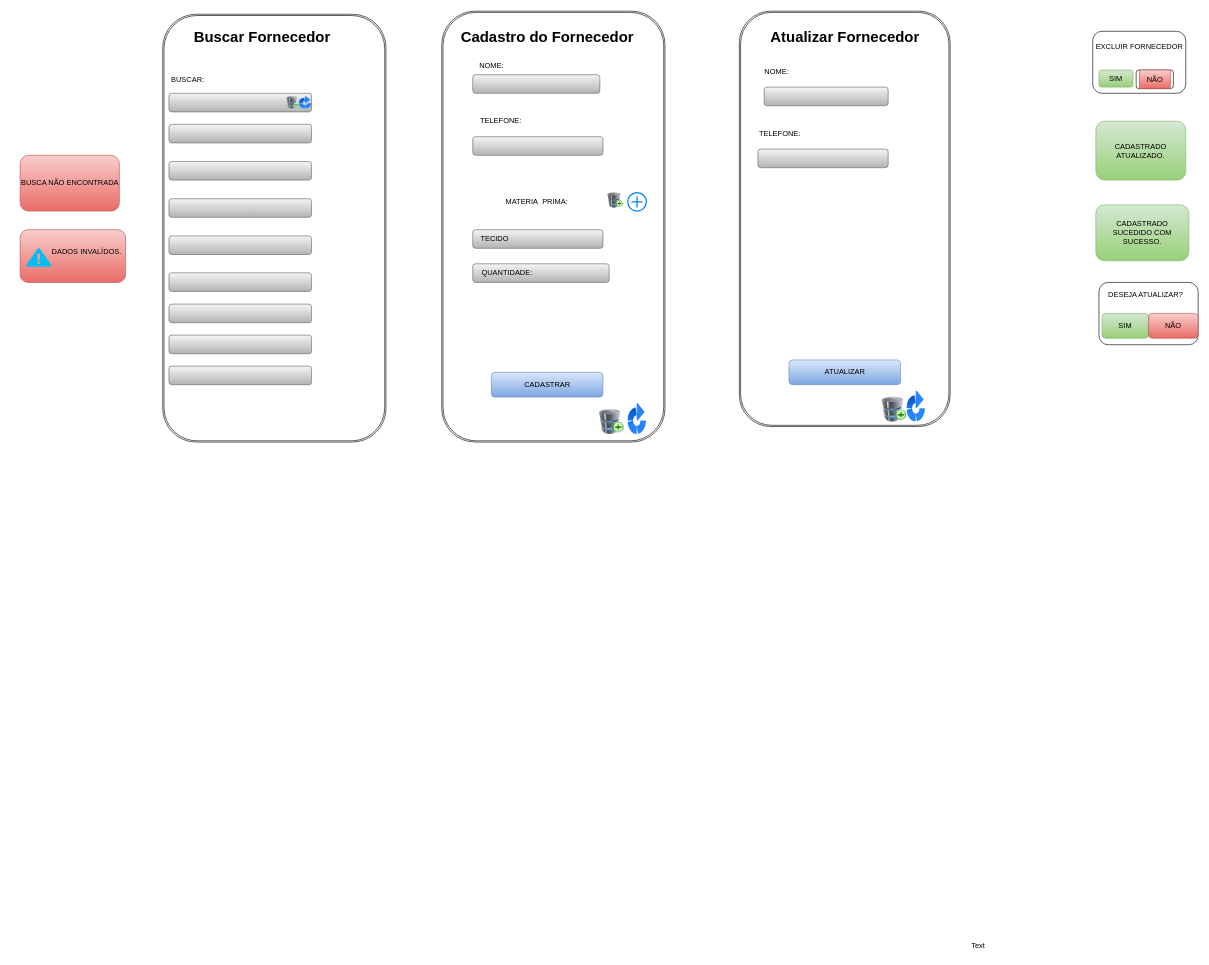
The draw.io diagram page "Página-2" (2 of 6) of doc/telas.drawio in pati573022/avatarapp, before the edit. Source tidied: cells renumbered, new cells numbered last; positions are measured from the earlier drawing's top-left corner, leaving out a move shared by most shapes. Both pictures are drawn from the tidied source at 62%, with x=0, y=0 at pixel (14, 11).
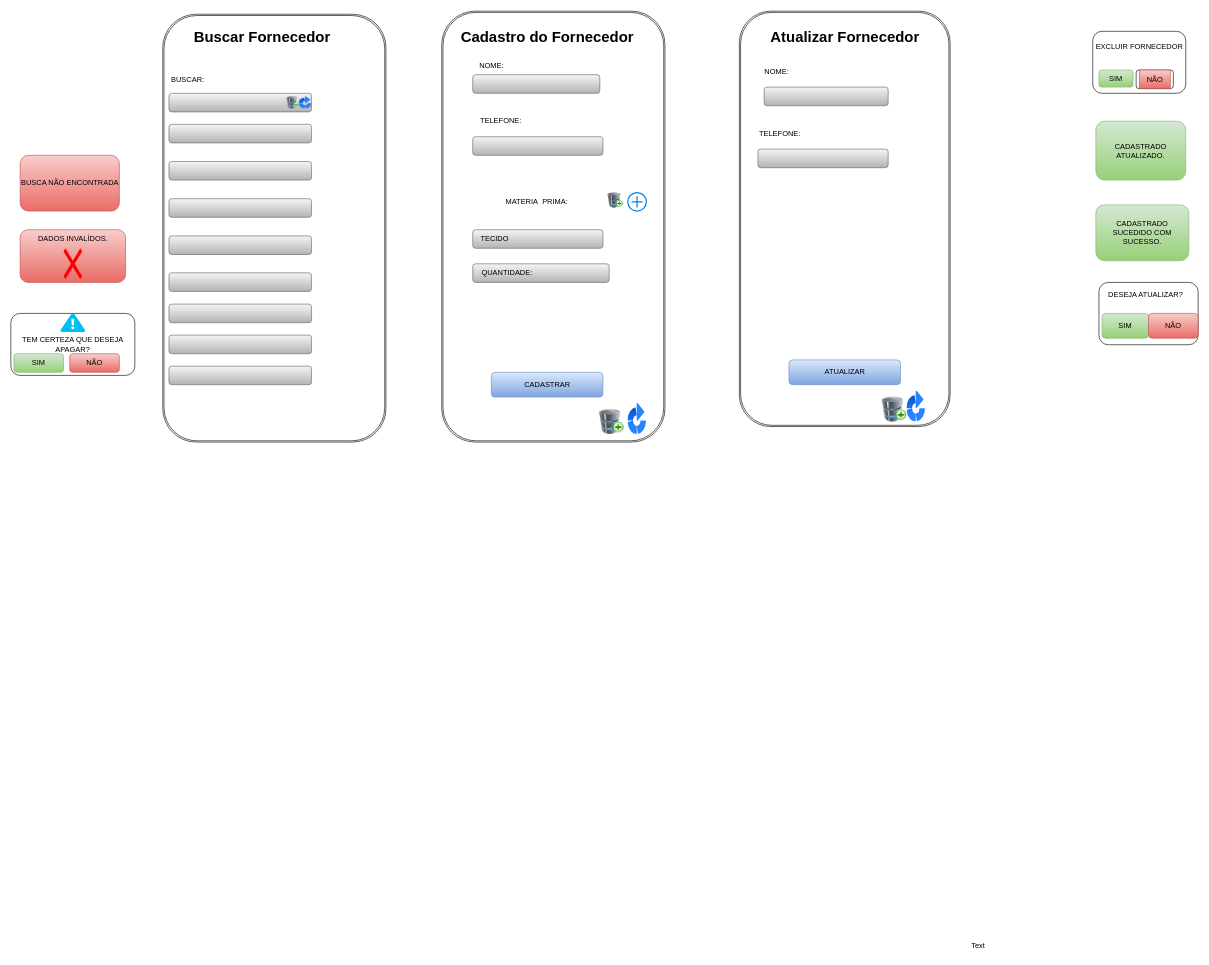
After the change.

Diff of the diagram source:
```diff
@@
-    <mxCell id="64" style="verticalLabelPosition=bottom;html=1;verticalAlign=top;align=center;strokeColor=none;fillColor=#00BEF2;shape=mxgraph.azure.azure_alert;" parent="1" vertex="1">
-      <mxGeometry x="20" y="382" width="40" height="30" as="geometry" />
-    </mxCell>
     <mxCell id="65" value="DADOS INVALÍDOS." style="text;html=1;align=center;verticalAlign=middle;strokeColor=none;fillColor=none;" parent="1" vertex="1">
-      <mxGeometry x="47" y="372" width="140" height="30" as="geometry" />
+      <mxGeometry x="25" y="352" width="140" height="30" as="geometry" />
     </mxCell>
+    <mxCell id="66" value="TEM CERTEZA QUE DESEJA APAGAR?" style="rounded=1;whiteSpace=wrap;html=1;" parent="1" vertex="1">
+      <mxGeometry x="-5" y="487" width="200" height="100" as="geometry" />
+    </mxCell>
+    <mxCell id="67" style="verticalLabelPosition=bottom;html=1;verticalAlign=top;align=center;strokeColor=none;fillColor=#00BEF2;shape=mxgraph.azure.azure_alert;" parent="1" vertex="1">
+      <mxGeometry x="75" y="487" width="40" height="30" as="geometry" />
+    </mxCell>
+    <mxCell id="68" value="SIM" style="rounded=1;whiteSpace=wrap;html=1;fillColor=#d5e8d4;gradientColor=#97d077;strokeColor=#82b366;" parent="1" vertex="1">
+      <mxGeometry y="552" width="80" height="30" as="geometry" />
+    </mxCell>
+    <mxCell id="69" value="NÃO" style="rounded=1;whiteSpace=wrap;html=1;fillColor=#f8cecc;gradientColor=#ea6b66;strokeColor=#b85450;" parent="1" vertex="1">
+      <mxGeometry x="90" y="552" width="80" height="30" as="geometry" />
+    </mxCell>
+    <mxCell id="70" style="shape=mxgraph.mockup.markup.redX;fillColor=#ff0000;html=1;shadow=0;whiteSpace=wrap;strokeColor=none;" parent="1" vertex="1">
+      <mxGeometry x="80" y="382" width="30" height="50" as="geometry" />
+    </mxCell>
```
